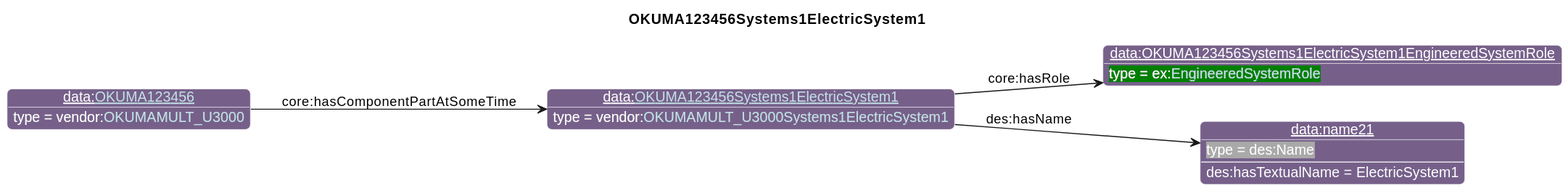
The PlantUML diagram diagrams/OKUMA123456Systems1ElectricSystem1.svg in iofoundry/example-syseng-mtconnect, before a commit.
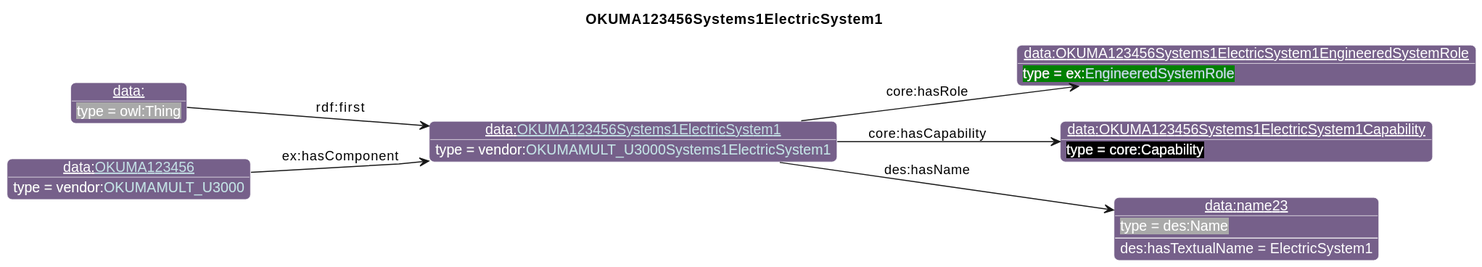
After the change.

Change to the diagram source:
```diff
@@ -27,10 +27,14 @@
       }
 individual(o0, data:[[./OKUMA123456Systems1ElectricSystem1.html OKUMA123456Systems1ElectricSystem1]], vendor:[[../OKUMA.html#OKUMAMULT_U3000Systems1ElectricSystem1 OKUMAMULT_U3000Systems1ElectricSystem1]])
 individual(o1, data:OKUMA123456Systems1ElectricSystem1EngineeredSystemRole, ex:[[../Example.html#EngineeredSystemRole EngineeredSystemRole]])
-individual(o2, data:name21, des:Name)
-individual(o3, data:[[./OKUMA123456.html OKUMA123456]], vendor:[[../OKUMA.html#OKUMAMULT_U3000 OKUMAMULT_U3000]])
+individual(o2, data:OKUMA123456Systems1ElectricSystem1Capability, core:Capability)
+individual(o3, data:name23, des:Name)
+individual(o4, data:, owl:Thing)
+individual(o5, data:[[./OKUMA123456.html OKUMA123456]], vendor:[[../OKUMA.html#OKUMAMULT_U3000 OKUMAMULT_U3000]])
 property(o0, "core:hasRole", o1)
-property(o0, "des:hasName", o2)
-data(o2, "des:hasTextualName", "ElectricSystem1")
-property(o3, "core:hasComponentPartAtSomeTime", o0)
+property(o0, "core:hasCapability", o2)
+property(o0, "des:hasName", o3)
+data(o3, "des:hasTextualName", "ElectricSystem1")
+property(o4, "rdf:first", o0)
+property(o5, "ex:hasComponent", o0)
 @enduml
```
